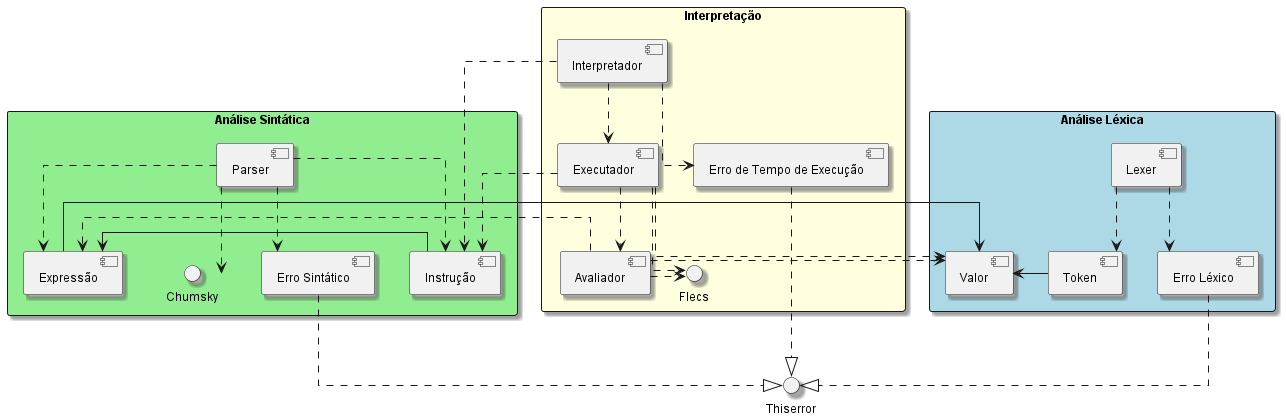
Earlier version of the PlantUML export diagrams/diagrama_componentes.png (OverlineJunior/weave). Its source is kept beside it as diagrams/diagrama_componentes.plantuml.
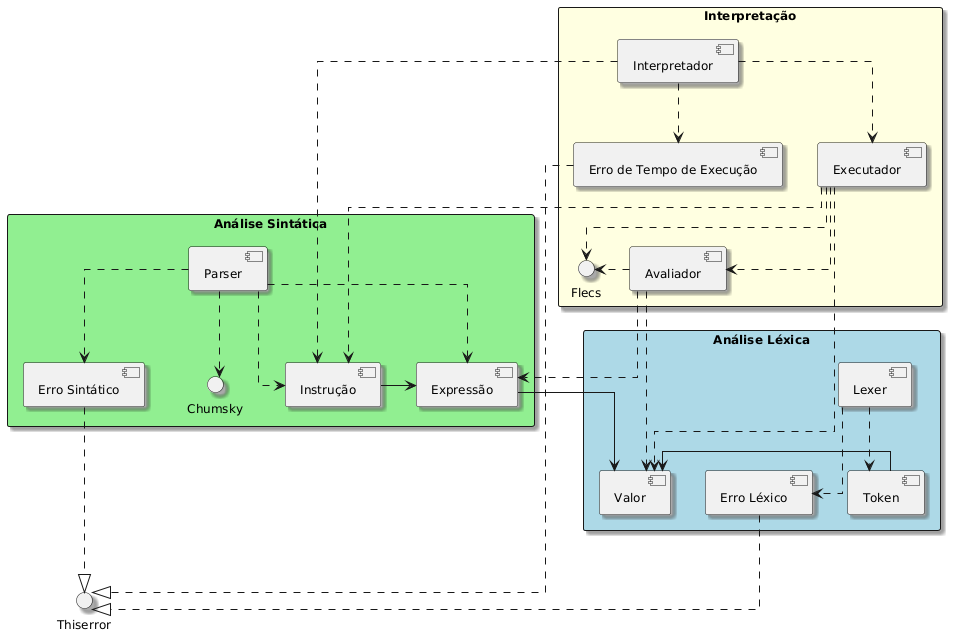
After the change.

Commit message:
Atualizar o diagrama de componentes para caber melhor no documento

What changed in the source:
```diff
@@ -32,35 +32,27 @@
 
 lexer ..> token
 lexer ..> erro_lexico
+token -> valor
+erro_lexico ..|> thiserror
 
 parser ..> expressao
 parser ..> instrucao
 parser ..> erro_sintatico
 parser ..> chumsky
+instrucao -> expressao
+expressao -d-> valor
+erro_sintatico ..|> thiserror
 
 interpretador ..> executador
 interpretador ..> instrucao
 interpretador ..> erro_execucao
-
-token -> valor
-
-expressao -> valor
-
-instrucao -> expressao
-
 avaliador .> valor
-avaliador .> expressao
+avaliador .d.> expressao
 avaliador .> flecs
-
 executador ..> avaliador
 executador .> valor
-executador .> instrucao
+executador .d.> instrucao
 executador .> flecs
-
-erro_lexico ..|> thiserror
-
-erro_sintatico ..|> thiserror
-
 erro_execucao ..|> thiserror
 
 @enduml
```
